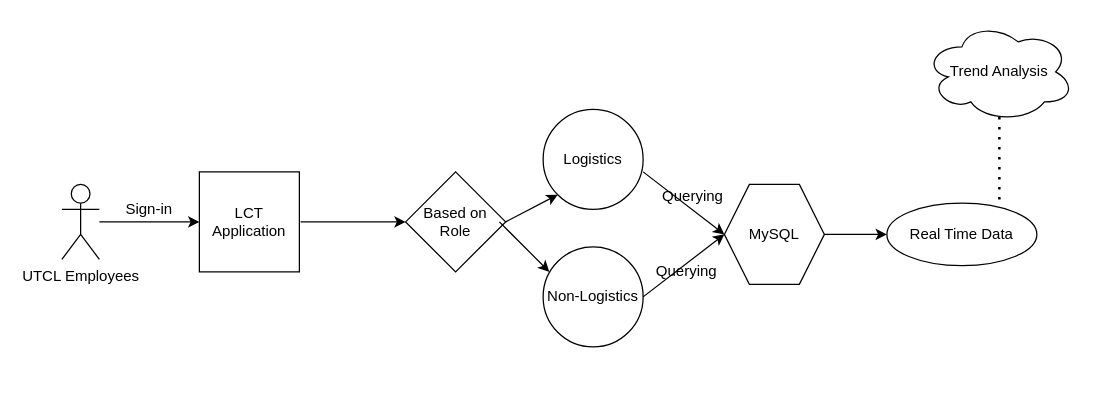
jmamatha/Playbooks keeps this draw.io diagram as LCT.drawio. Above is the earlier version. Source tidied: cells renumbered, new cells numbered last; positions are measured from the earlier drawing's top-left corner, leaving out a move shared by most shapes. Both pictures are drawn from the tidied source at 125%, with x=0, y=0 at pixel (61, 21).
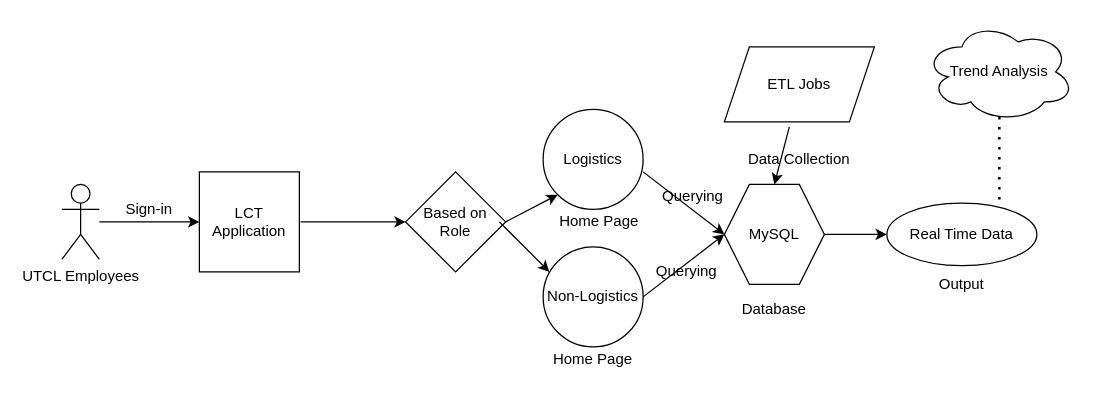
The same diagram, later.

The edit, as a diff of the source:
```diff
@@
+    <mxCell id="21" value="Home Page" style="text;html=1;strokeColor=none;fillColor=none;align=center;verticalAlign=middle;whiteSpace=wrap;rounded=0;" parent="1" vertex="1">
+      <mxGeometry x="390" y="150" width="80" height="20" as="geometry" />
+    </mxCell>
+    <mxCell id="22" value="Home Page" style="text;html=1;strokeColor=none;fillColor=none;align=center;verticalAlign=middle;whiteSpace=wrap;rounded=0;" parent="1" vertex="1">
+      <mxGeometry x="385" y="260" width="80" height="20" as="geometry" />
+    </mxCell>
+    <mxCell id="23" value="Database" style="text;html=1;strokeColor=none;fillColor=none;align=center;verticalAlign=middle;whiteSpace=wrap;rounded=0;" parent="1" vertex="1">
+      <mxGeometry x="530" y="220" width="80" height="20" as="geometry" />
+    </mxCell>
+    <mxCell id="24" value="ETL Jobs" style="shape=parallelogram;perimeter=parallelogramPerimeter;whiteSpace=wrap;html=1;fixedSize=1;" parent="1" vertex="1">
+      <mxGeometry x="530" y="20" width="120" height="60" as="geometry" />
+    </mxCell>
+    <mxCell id="25" style="endArrow=classic;html=1;exitX=0.433;exitY=1.067;exitDx=0;exitDy=0;exitPerimeter=0;" parent="1" edge="1" source="24">
+      <mxGeometry relative="1" as="geometry">
+        <mxPoint x="570" y="130" as="targetPoint" />
+      </mxGeometry>
+    </mxCell>
+    <mxCell id="26" value="Data Collection" style="text;html=1;strokeColor=none;fillColor=none;align=center;verticalAlign=middle;whiteSpace=wrap;rounded=0;" parent="1" vertex="1">
+      <mxGeometry x="540" y="100" width="100" height="20" as="geometry" />
+    </mxCell>
+    <mxCell id="27" value="Output" style="text;html=1;strokeColor=none;fillColor=none;align=center;verticalAlign=middle;whiteSpace=wrap;rounded=0;" parent="1" vertex="1">
+      <mxGeometry x="680" y="200" width="80" height="20" as="geometry" />
+    </mxCell>
```
